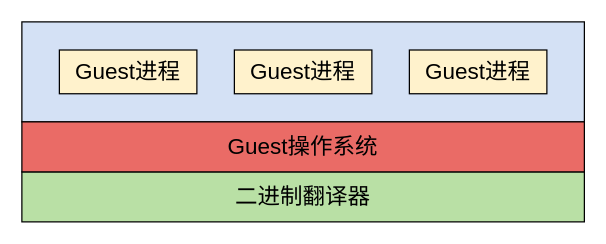
Before: page "系统级二进制翻译" (9 of 20) of lajit.drawio in ganjue66da/ganjue66da, a draw.io diagram. Source tidied: cells renumbered, new cells numbered last; positions are measured from the earlier drawing's top-left corner, leaving out a move shared by most shapes. Both pictures are drawn from the tidied source at 125%, with x=0, y=0 at pixel (21, 21).
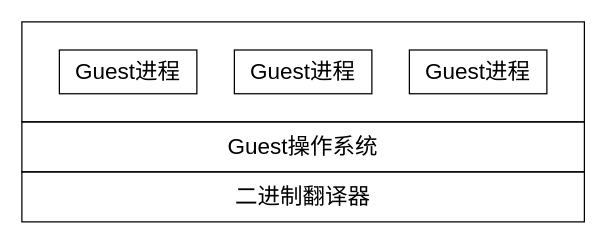
The same page after the edit.

The edit, as a diff of the source:
```diff
@@
 <mxGraphModel>
   <root>
     <mxCell id="0" />
     <mxCell id="1" parent="0" />
-    <mxCell id="2" style="rounded=0;whiteSpace=wrap;html=1;fillColor=#D4E1F5;" parent="1" vertex="1">
+    <mxCell id="2" style="rounded=0;whiteSpace=wrap;html=1;fillColor=#FFFFFF;" parent="1" vertex="1">
       <mxGeometry width="450" height="80" as="geometry" />
     </mxCell>
-    <mxCell id="3" value="&lt;font style=&quot;font-size: 18px;&quot;&gt;Guest进程&lt;/font&gt;" style="rounded=0;whiteSpace=wrap;html=1;fillColor=#FFF2CC;" parent="1" vertex="1">
+    <mxCell id="3" value="&lt;font style=&quot;font-size: 18px;&quot;&gt;Guest进程&lt;/font&gt;" style="rounded=0;whiteSpace=wrap;html=1;fillColor=none;" parent="1" vertex="1">
       <mxGeometry x="30" y="22.5" width="110" height="35" as="geometry" />
     </mxCell>
-    <mxCell id="4" value="&lt;font style=&quot;font-size: 18px;&quot;&gt;Guest进程&lt;/font&gt;" style="rounded=0;whiteSpace=wrap;html=1;fillColor=#FFF2CC;" parent="1" vertex="1">
+    <mxCell id="4" value="&lt;font style=&quot;font-size: 18px;&quot;&gt;Guest进程&lt;/font&gt;" style="rounded=0;whiteSpace=wrap;html=1;fillColor=none;" parent="1" vertex="1">
       <mxGeometry x="170" y="22.5" width="110" height="35" as="geometry" />
     </mxCell>
-    <mxCell id="5" value="&lt;font style=&quot;font-size: 18px;&quot;&gt;Guest进程&lt;/font&gt;" style="rounded=0;whiteSpace=wrap;html=1;fillColor=#FFF2CC;" parent="1" vertex="1">
+    <mxCell id="5" value="&lt;font style=&quot;font-size: 18px;&quot;&gt;Guest进程&lt;/font&gt;" style="rounded=0;whiteSpace=wrap;html=1;fillColor=none;" parent="1" vertex="1">
       <mxGeometry x="310" y="22.5" width="110" height="35" as="geometry" />
     </mxCell>
-    <mxCell id="6" value="二进制翻译器" style="rounded=0;whiteSpace=wrap;html=1;fontSize=18;fillColor=#B9E0A5;" parent="1" vertex="1">
+    <mxCell id="6" value="二进制翻译器" style="rounded=0;whiteSpace=wrap;html=1;fontSize=18;fillColor=none;" parent="1" vertex="1">
       <mxGeometry y="120" width="450" height="40" as="geometry" />
     </mxCell>
-    <mxCell id="7" value="Guest操作系统" style="rounded=0;whiteSpace=wrap;html=1;fontSize=18;fillColor=#EA6B66;" parent="1" vertex="1">
+    <mxCell id="7" value="Guest操作系统" style="rounded=0;whiteSpace=wrap;html=1;fontSize=18;fillColor=none;" parent="1" vertex="1">
       <mxGeometry y="80" width="450" height="40" as="geometry" />
     </mxCell>
   </root>
 </mxGraphModel>
```
